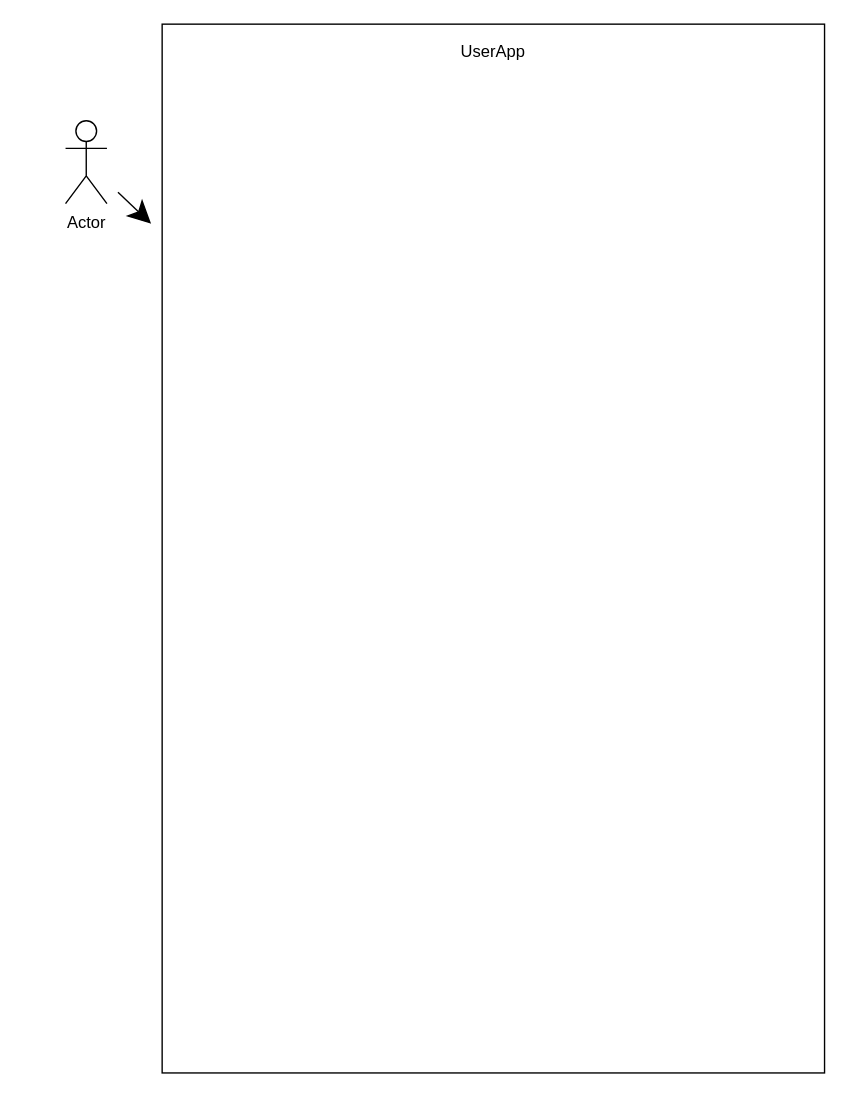
Earlier version of the draw.io diagram Untitled Diagram.drawio (esunsoft2020/GitHubTest). Source tidied: cells renumbered, new cells numbered last; positions are measured from the earlier drawing's top-left corner, leaving out a move shared by most shapes. Both pictures are drawn from the tidied source at 138%, with x=0, y=0 at pixel (65, 23).
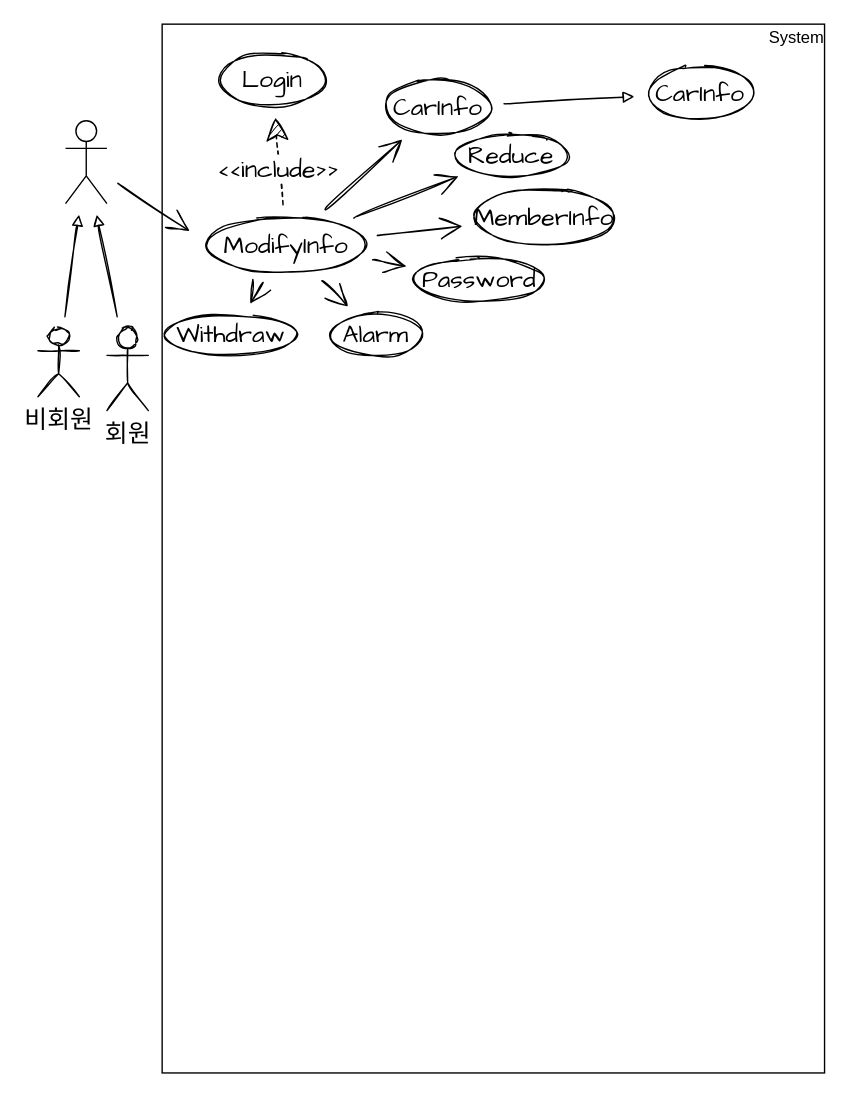
The same diagram, later.

Unchanged cells that the change refers to:
```xml
<mxCell id="2" style="rounded=0;whiteSpace=wrap;html=1;hachureGap=4;" parent="1" vertex="1">
  <mxGeometry x="70" width="480" height="760" as="geometry" />
</mxCell>
```

What changed in the source:
```diff
@@
+    <mxCell id="6" style="edgeStyle=none;curved=1;rounded=0;sketch=1;jettySize=auto;html=1;fontFamily=Architects Daughter;fontSize=20;endArrow=open;startSize=14;endSize=14;sourcePerimeterSpacing=8;targetPerimeterSpacing=8;" parent="1" edge="1" source="3">
+      <mxGeometry relative="1" as="geometry">
+        <mxPoint x="90" y="150" as="targetPoint" />
+      </mxGeometry>
+    </mxCell>
+    <mxCell id="7" style="edgeStyle=none;curved=1;sketch=1;jettySize=auto;html=1;fontFamily=Architects Daughter;fontSize=20;startArrow=block;startFill=0;endArrow=none;endFill=0;sourcePerimeterSpacing=8;targetPerimeterSpacing=8;" parent="1" edge="1" source="3" target="27">
+      <mxGeometry relative="1" as="geometry" />
+    </mxCell>
+    <mxCell id="8" style="edgeStyle=none;curved=1;sketch=1;jettySize=auto;html=1;fontFamily=Architects Daughter;fontSize=20;startArrow=block;startFill=0;endArrow=none;endFill=0;sourcePerimeterSpacing=8;targetPerimeterSpacing=8;" parent="1" edge="1" source="3" target="28">
+      <mxGeometry relative="1" as="geometry" />
+    </mxCell>
-    <mxCell id="3" value="Actor" style="shape=umlActor;verticalLabelPosition=bottom;verticalAlign=top;html=1;outlineConnect=0;hachureGap=4;" parent="1" vertex="1">
+    <mxCell id="3" style="shape=umlActor;verticalLabelPosition=bottom;verticalAlign=top;html=1;outlineConnect=0;hachureGap=4;" parent="1" vertex="1">
       <mxGeometry y="70" width="30" height="60" as="geometry" />
     </mxCell>
-    <mxCell id="4" value="UserApp" style="text;html=1;strokeColor=none;fillColor=none;align=center;verticalAlign=middle;whiteSpace=wrap;rounded=0;hachureGap=4;" parent="1" vertex="1">
-      <mxGeometry x="290" y="10" width="40" height="20" as="geometry" />
+    <mxCell id="4" value="System" style="text;html=1;strokeColor=none;fillColor=none;align=center;verticalAlign=middle;whiteSpace=wrap;rounded=0;hachureGap=4;" parent="1" vertex="1">
+      <mxGeometry x="510" width="40" height="20" as="geometry" />
     </mxCell>
-    <mxCell id="5" style="endArrow=classic;html=1;startSize=14;endSize=14;sourcePerimeterSpacing=8;targetPerimeterSpacing=8;" parent="1" edge="1" source="3" target="2">
-      <mxGeometry relative="1" as="geometry" />
-    </mxCell>
+    <mxCell id="9" style="edgeStyle=none;curved=1;rounded=0;sketch=1;jettySize=auto;html=1;fontFamily=Architects Daughter;fontSize=20;endArrow=none;startSize=14;endSize=14;sourcePerimeterSpacing=8;targetPerimeterSpacing=8;startArrow=classic;startFill=1;dashed=1;endFill=0;" parent="1" edge="1" source="11" target="18">
+      <mxGeometry relative="1" as="geometry" />
+    </mxCell>
+    <mxCell id="10" value="&amp;lt;&amp;lt;include&amp;gt;&amp;gt;" style="edgeLabel;html=1;align=center;verticalAlign=middle;fontSize=18;fontFamily=Architects Daughter;" parent="9" vertex="1">
+      <mxGeometry x="0.12" y="-2" relative="1" as="geometry" />
+    </mxCell>
+    <mxCell id="11" value="Login" style="ellipse;whiteSpace=wrap;html=1;sketch=1;hachureGap=4;fontFamily=Architects Daughter;fontSize=18;" parent="1" vertex="1">
+      <mxGeometry x="110" y="20" width="80" height="40" as="geometry" />
+    </mxCell>
+    <mxCell id="12" style="edgeStyle=none;curved=1;rounded=0;sketch=1;jettySize=auto;html=1;fontFamily=Architects Daughter;fontSize=20;endArrow=open;startSize=14;endSize=14;sourcePerimeterSpacing=8;targetPerimeterSpacing=8;" parent="1" edge="1" source="18" target="20">
+      <mxGeometry relative="1" as="geometry" />
+    </mxCell>
+    <mxCell id="13" style="edgeStyle=none;curved=1;rounded=0;sketch=1;jettySize=auto;html=1;fontFamily=Architects Daughter;fontSize=20;endArrow=open;startSize=14;endSize=14;sourcePerimeterSpacing=8;targetPerimeterSpacing=8;" parent="1" edge="1" source="18" target="21">
+      <mxGeometry relative="1" as="geometry" />
+    </mxCell>
+    <mxCell id="14" style="edgeStyle=none;curved=1;rounded=0;sketch=1;jettySize=auto;html=1;fontFamily=Architects Daughter;fontSize=20;endArrow=open;startSize=14;endSize=14;sourcePerimeterSpacing=8;targetPerimeterSpacing=8;" parent="1" edge="1" source="18" target="22">
+      <mxGeometry relative="1" as="geometry" />
+    </mxCell>
+    <mxCell id="15" style="edgeStyle=none;curved=1;rounded=0;sketch=1;jettySize=auto;html=1;fontFamily=Architects Daughter;fontSize=20;endArrow=open;startSize=14;endSize=14;sourcePerimeterSpacing=8;targetPerimeterSpacing=8;" parent="1" edge="1" source="18" target="23">
+      <mxGeometry relative="1" as="geometry" />
+    </mxCell>
+    <mxCell id="16" style="edgeStyle=none;curved=1;rounded=0;sketch=1;jettySize=auto;html=1;fontFamily=Architects Daughter;fontSize=20;endArrow=open;startSize=14;endSize=14;sourcePerimeterSpacing=8;targetPerimeterSpacing=8;" parent="1" edge="1" source="18" target="24">
+      <mxGeometry relative="1" as="geometry" />
+    </mxCell>
+    <mxCell id="17" style="edgeStyle=none;curved=1;rounded=0;sketch=1;jettySize=auto;html=1;fontFamily=Architects Daughter;fontSize=20;endArrow=open;startSize=14;endSize=14;sourcePerimeterSpacing=8;targetPerimeterSpacing=8;" parent="1" edge="1" source="18" target="25">
+      <mxGeometry relative="1" as="geometry" />
+    </mxCell>
+    <mxCell id="18" value="ModifyInfo" style="ellipse;whiteSpace=wrap;html=1;sketch=1;hachureGap=4;fontFamily=Architects Daughter;fontSize=18;" parent="1" vertex="1">
+      <mxGeometry x="100" y="140" width="120" height="40" as="geometry" />
+    </mxCell>
+    <mxCell id="19" style="edgeStyle=none;sketch=1;jettySize=auto;html=1;fontFamily=Architects Daughter;fontSize=20;endArrow=block;sourcePerimeterSpacing=8;targetPerimeterSpacing=8;curved=1;startArrow=none;startFill=0;endFill=0;" parent="1" edge="1" source="20" target="26">
+      <mxGeometry relative="1" as="geometry" />
+    </mxCell>
+    <mxCell id="20" value="CarInfo" style="ellipse;whiteSpace=wrap;html=1;sketch=1;hachureGap=4;fontFamily=Architects Daughter;fontSize=18;" parent="1" vertex="1">
+      <mxGeometry x="230" y="40" width="80" height="40" as="geometry" />
+    </mxCell>
+    <mxCell id="21" value="Reduce" style="ellipse;whiteSpace=wrap;html=1;sketch=1;hachureGap=4;fontFamily=Architects Daughter;fontSize=18;" parent="1" vertex="1">
+      <mxGeometry x="280" y="80" width="86" height="30" as="geometry" />
+    </mxCell>
+    <mxCell id="22" value="MemberInfo" style="ellipse;whiteSpace=wrap;html=1;sketch=1;hachureGap=4;fontFamily=Architects Daughter;fontSize=18;" parent="1" vertex="1">
+      <mxGeometry x="294" y="120" width="106" height="40" as="geometry" />
+    </mxCell>
+    <mxCell id="23" value="Password" style="ellipse;whiteSpace=wrap;html=1;sketch=1;hachureGap=4;fontFamily=Architects Daughter;fontSize=18;" parent="1" vertex="1">
+      <mxGeometry x="250" y="170" width="100" height="30" as="geometry" />
+    </mxCell>
+    <mxCell id="24" value="Alarm" style="ellipse;whiteSpace=wrap;html=1;sketch=1;hachureGap=4;fontFamily=Architects Daughter;fontSize=18;" parent="1" vertex="1">
+      <mxGeometry x="190" y="210" width="70" height="30" as="geometry" />
+    </mxCell>
+    <mxCell id="25" value="Withdraw" style="ellipse;whiteSpace=wrap;html=1;sketch=1;hachureGap=4;fontFamily=Architects Daughter;fontSize=18;" parent="1" vertex="1">
+      <mxGeometry x="70" y="210" width="100" height="30" as="geometry" />
+    </mxCell>
+    <mxCell id="26" value="CarInfo" style="ellipse;whiteSpace=wrap;html=1;sketch=1;hachureGap=4;fontFamily=Architects Daughter;fontSize=18;" parent="1" vertex="1">
+      <mxGeometry x="420" y="30" width="80" height="40" as="geometry" />
+    </mxCell>
+    <mxCell id="27" value="비회원" style="shape=umlActor;verticalLabelPosition=bottom;verticalAlign=top;html=1;outlineConnect=0;hachureGap=4;sketch=1;fontFamily=Architects Daughter;fontSize=18;" parent="1" vertex="1">
+      <mxGeometry x="-20" y="220" width="30" height="50" as="geometry" />
+    </mxCell>
+    <mxCell id="28" value="회원" style="shape=umlActor;verticalLabelPosition=bottom;verticalAlign=top;html=1;outlineConnect=0;hachureGap=4;sketch=1;fontFamily=Architects Daughter;fontSize=18;" parent="1" vertex="1">
+      <mxGeometry x="30" y="220" width="30" height="60" as="geometry" />
+    </mxCell>
```
